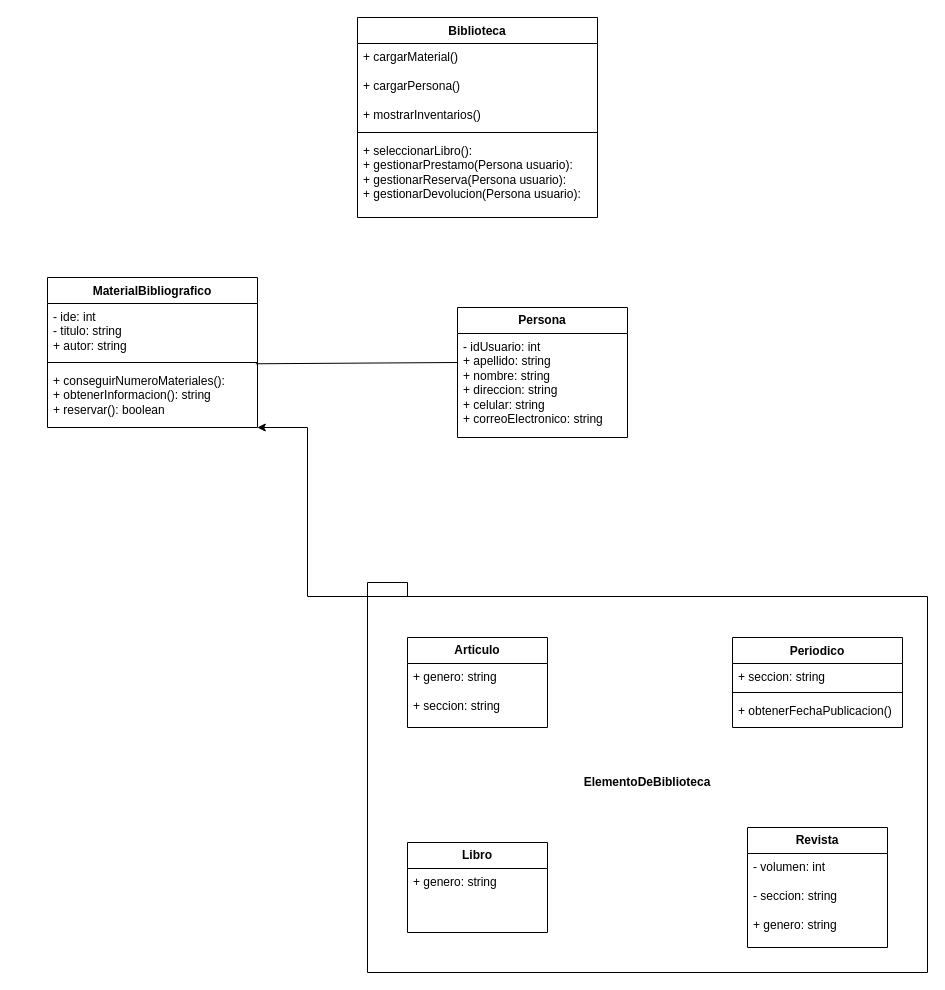
Before: Biblioteca.drawio in ArianaSarango/Biblioteca, a draw.io diagram. Source tidied: cells renumbered, new cells numbered last; positions are measured from the earlier drawing's top-left corner, leaving out a move shared by most shapes. Both pictures are drawn from the tidied source at 100%, with x=0, y=0 at pixel (47, 17).
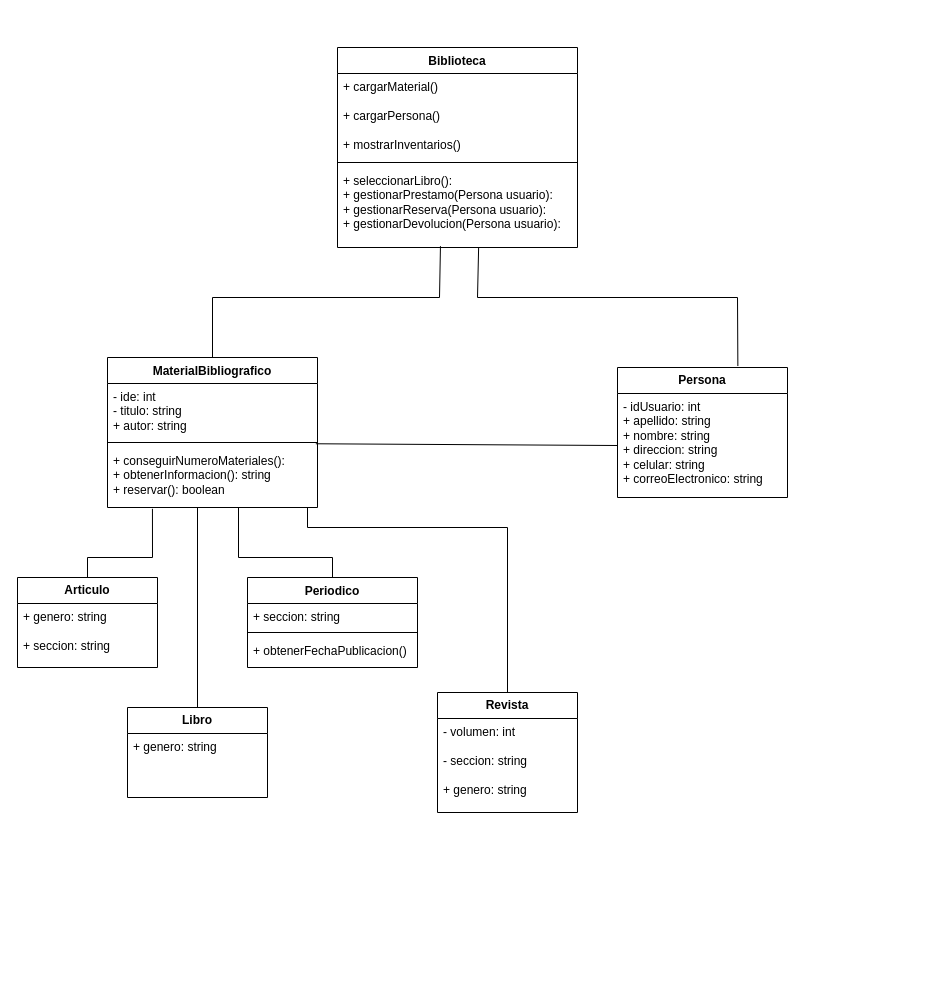
The same page after the edit.

The change refers to these unchanged cells:
```xml
<mxCell id="5" value="+ conseguirNumeroMateriales():&lt;div&gt;+ obtenerInformacion(): string&lt;/div&gt;&lt;div&gt;+ reservar(): boolean&lt;/div&gt;" style="text;strokeColor=none;fillColor=none;align=left;verticalAlign=top;spacingLeft=4;spacingRight=4;overflow=hidden;points=[[0,0.5],[1,0.5]];portConstraint=eastwest;whiteSpace=wrap;html=1;" parent="2" vertex="1">
  <mxGeometry y="90" width="210" height="60" as="geometry" />
</mxCell>
<mxCell id="21" value="&lt;div&gt;+ seleccionarLibro():&amp;nbsp;&lt;/div&gt;&lt;div&gt;+ gestionarPrestamo(Persona usuario):&amp;nbsp;&lt;/div&gt;&lt;div&gt;+ gestionarReserva(Persona usuario):&amp;nbsp;&lt;/div&gt;&lt;div&gt;+ gestionarDevolucion(Persona usuario):&lt;/div&gt;" style="text;strokeColor=none;fillColor=none;align=left;verticalAlign=top;spacingLeft=4;spacingRight=4;overflow=hidden;points=[[0,0.5],[1,0.5]];portConstraint=eastwest;whiteSpace=wrap;html=1;" parent="18" vertex="1">
  <mxGeometry y="120" width="240" height="80" as="geometry" />
</mxCell>
<mxCell id="23" value="- idUsuario: int&lt;div&gt;+ apellido: string&lt;/div&gt;&lt;div&gt;+ nombre: string&lt;/div&gt;&lt;div&gt;+ direccion: string&lt;br&gt;+ celular: string&lt;/div&gt;&lt;div&gt;+ correoElectronico: string&lt;/div&gt;" style="text;strokeColor=none;fillColor=none;align=left;verticalAlign=top;spacingLeft=4;spacingRight=4;overflow=hidden;points=[[0,0.5],[1,0.5]];portConstraint=eastwest;whiteSpace=wrap;html=1;" parent="22" vertex="1">
  <mxGeometry y="26" width="170" height="104" as="geometry" />
</mxCell>
```

Diff of the diagram source:
```diff
@@
     <mxCell id="2" value="MaterialBibliografico" style="swimlane;fontStyle=1;align=center;verticalAlign=top;horizontal=1;startSize=26;whiteSpace=wrap;html=1;" parent="1" vertex="1">
-      <mxGeometry y="260" width="210" height="150" as="geometry" />
+      <mxGeometry x="60" y="340" width="210" height="150" as="geometry" />
     </mxCell>
@@
-    <mxCell id="6" value="&lt;div style=&quot;text-align: left;&quot;&gt;&lt;span style=&quot;background-color: initial;&quot;&gt;ElementoDeBiblioteca&lt;/span&gt;&lt;br&gt;&lt;/div&gt;" style="shape=folder;fontStyle=1;spacingTop=10;tabWidth=40;tabHeight=14;tabPosition=left;html=1;whiteSpace=wrap;" parent="1" vertex="1">
-      <mxGeometry x="320" y="565" width="560" height="390" as="geometry" />
-    </mxCell>
     <mxCell id="7" value="Periodico" style="swimlane;fontStyle=1;align=center;verticalAlign=top;horizontal=1;startSize=26;whiteSpace=wrap;html=1;" parent="1" vertex="1">
-      <mxGeometry x="685" y="620" width="170" height="90" as="geometry" />
+      <mxGeometry x="200" y="560" width="170" height="90" as="geometry" />
     </mxCell>
@@
     <mxCell id="11" value="&lt;b&gt;Articulo&lt;/b&gt;" style="swimlane;fontStyle=0;horizontal=1;startSize=26;fillColor=none;whiteSpace=wrap;html=1;" parent="1" vertex="1">
-      <mxGeometry x="360" y="620" width="140" height="90" as="geometry" />
+      <mxGeometry x="-30" y="560" width="140" height="90" as="geometry" />
     </mxCell>
@@
     <mxCell id="13" value="&lt;b&gt;Libro&lt;/b&gt;" style="swimlane;fontStyle=0;horizontal=1;startSize=26;fillColor=none;whiteSpace=wrap;html=1;" parent="1" vertex="1">
-      <mxGeometry x="360" y="825" width="140" height="90" as="geometry" />
+      <mxGeometry x="80" y="690" width="140" height="90" as="geometry" />
     </mxCell>
@@
     <mxCell id="15" value="&lt;b&gt;Revista&lt;/b&gt;" style="swimlane;fontStyle=0;horizontal=1;startSize=26;fillColor=none;whiteSpace=wrap;html=1;" parent="1" vertex="1">
-      <mxGeometry x="700" y="810" width="140" height="120" as="geometry" />
+      <mxGeometry x="390" y="675" width="140" height="120" as="geometry" />
     </mxCell>
@@
-    <mxCell id="17" style="edgeStyle=orthogonalEdgeStyle;rounded=0;jettySize=auto;html=1;exitX=0;exitY=0;exitDx=0;exitDy=14;exitPerimeter=0;entryX=0.999;entryY=1;entryDx=0;entryDy=0;entryPerimeter=0;" parent="1" edge="1" source="6" target="5">
-      <mxGeometry relative="1" as="geometry">
-        <Array as="points">
-          <mxPoint x="260" y="410" />
-        </Array>
-      </mxGeometry>
-    </mxCell>
     <mxCell id="18" value="Biblioteca" style="swimlane;fontStyle=1;align=center;verticalAlign=top;horizontal=1;startSize=26;whiteSpace=wrap;html=1;" parent="1" vertex="1">
-      <mxGeometry x="310" width="240" height="200" as="geometry" />
+      <mxGeometry x="290" y="30" width="240" height="200" as="geometry" />
     </mxCell>
@@
     <mxCell id="22" value="&lt;b&gt;Persona&lt;/b&gt;" style="swimlane;fontStyle=0;horizontal=1;startSize=26;fillColor=none;whiteSpace=wrap;html=1;" parent="1" vertex="1">
-      <mxGeometry x="410" y="290" width="170" height="130" as="geometry" />
+      <mxGeometry x="570" y="350" width="170" height="130" as="geometry" />
     </mxCell>
@@
-    <mxCell id="24" style="endArrow=none;html=1;rounded=0;exitX=0.992;exitY=-0.062;exitDx=0;exitDy=0;exitPerimeter=0;entryX=0;entryY=0.5;entryDx=0;entryDy=0;" parent="1" edge="1" source="5">
-      <mxGeometry relative="1" as="geometry">
-        <mxPoint x="410" y="345" as="targetPoint" />
-      </mxGeometry>
+    <mxCell id="24" style="endArrow=none;html=1;rounded=0;exitX=0.992;exitY=-0.062;exitDx=0;exitDy=0;exitPerimeter=0;entryX=0;entryY=0.5;entryDx=0;entryDy=0;" parent="1" edge="1" source="5" target="23">
+      <mxGeometry relative="1" as="geometry" />
     </mxCell>
+    <mxCell id="25" style="endArrow=none;html=1;rounded=0;exitX=0.5;exitY=0;exitDx=0;exitDy=0;entryX=0.214;entryY=1.022;entryDx=0;entryDy=0;entryPerimeter=0;" parent="1" edge="1" source="11" target="5">
+      <mxGeometry relative="1" as="geometry">
+        <Array as="points">
+          <mxPoint x="40" y="540" />
+          <mxPoint x="105" y="540" />
+        </Array>
+      </mxGeometry>
+    </mxCell>
+    <mxCell id="26" style="endArrow=none;html=1;rounded=0;exitX=0.5;exitY=0;exitDx=0;exitDy=0;" parent="1" edge="1" source="13">
+      <mxGeometry relative="1" as="geometry">
+        <mxPoint x="150" y="490" as="targetPoint" />
+      </mxGeometry>
+    </mxCell>
+    <mxCell id="27" style="endArrow=none;html=1;rounded=0;entryX=0.5;entryY=0;entryDx=0;entryDy=0;" parent="1" edge="1" target="7">
+      <mxGeometry relative="1" as="geometry">
+        <mxPoint x="191" y="490" as="sourcePoint" />
+        <Array as="points">
+          <mxPoint x="191" y="540" />
+          <mxPoint x="285" y="540" />
+        </Array>
+      </mxGeometry>
+    </mxCell>
+    <mxCell id="28" style="endArrow=none;html=1;rounded=0;exitX=0.5;exitY=0;exitDx=0;exitDy=0;" parent="1" edge="1" source="15">
+      <mxGeometry relative="1" as="geometry">
+        <mxPoint x="260" y="490" as="targetPoint" />
+        <Array as="points">
+          <mxPoint x="460" y="510" />
+          <mxPoint x="260" y="510" />
+        </Array>
+      </mxGeometry>
+    </mxCell>
+    <mxCell id="29" style="endArrow=none;html=1;rounded=0;entryX=0.429;entryY=0.983;entryDx=0;entryDy=0;entryPerimeter=0;exitX=0.5;exitY=0;exitDx=0;exitDy=0;" parent="1" edge="1" source="2" target="21">
+      <mxGeometry relative="1" as="geometry">
+        <Array as="points">
+          <mxPoint x="165" y="280" />
+          <mxPoint x="392" y="280" />
+        </Array>
+      </mxGeometry>
+    </mxCell>
+    <mxCell id="30" style="endArrow=none;html=1;rounded=0;entryX=0.588;entryY=1.006;entryDx=0;entryDy=0;entryPerimeter=0;exitX=0.708;exitY=-0.011;exitDx=0;exitDy=0;exitPerimeter=0;" parent="1" edge="1" source="22" target="21">
+      <mxGeometry relative="1" as="geometry">
+        <Array as="points">
+          <mxPoint x="690" y="280" />
+          <mxPoint x="430" y="280" />
+        </Array>
+      </mxGeometry>
+    </mxCell>
```
